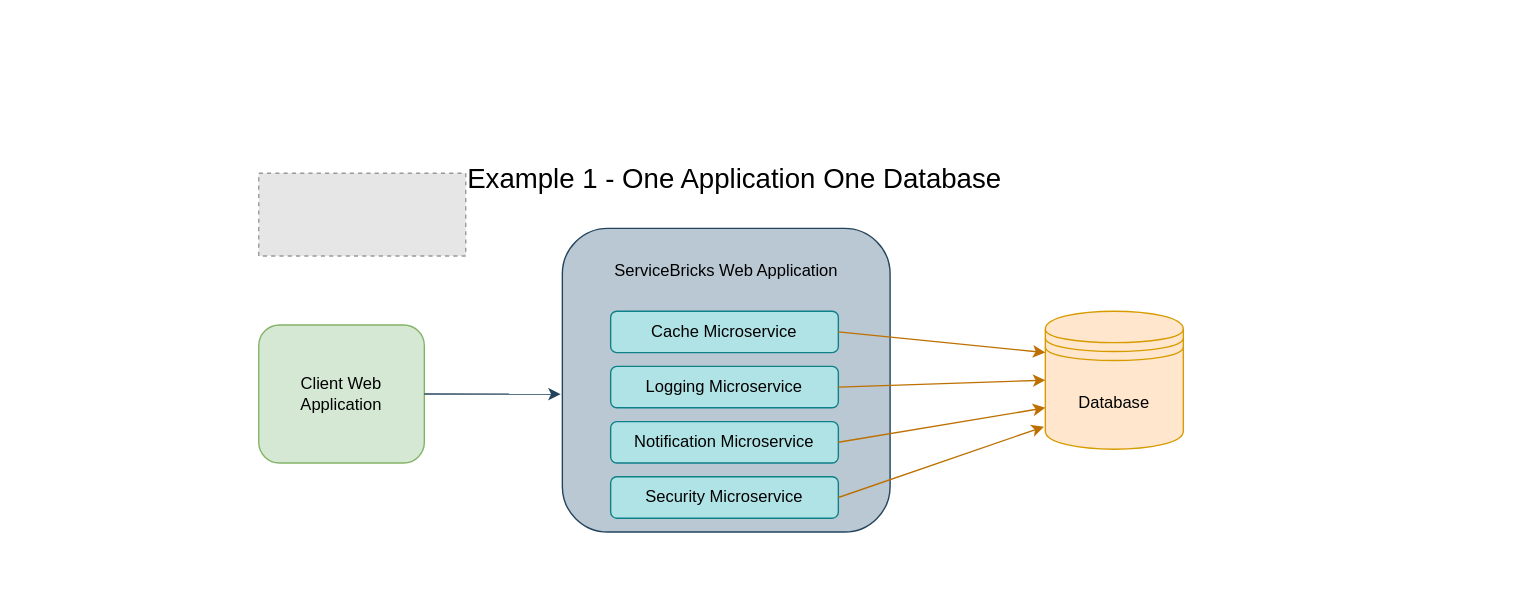
Above: page "ModularMonolithSingle" (1 of 5) of Examples.drawio in holomodular/ServiceBricks-Examples (draw.io), before the change. Source tidied: cells renumbered, new cells numbered last; positions are measured from the earlier drawing's top-left corner, leaving out a move shared by most shapes. Both pictures are drawn from the tidied source at 138%, with x=0, y=0 at pixel (258, 145). Pictures stored in the file or linked from it are replaced by grey dashed boxes.
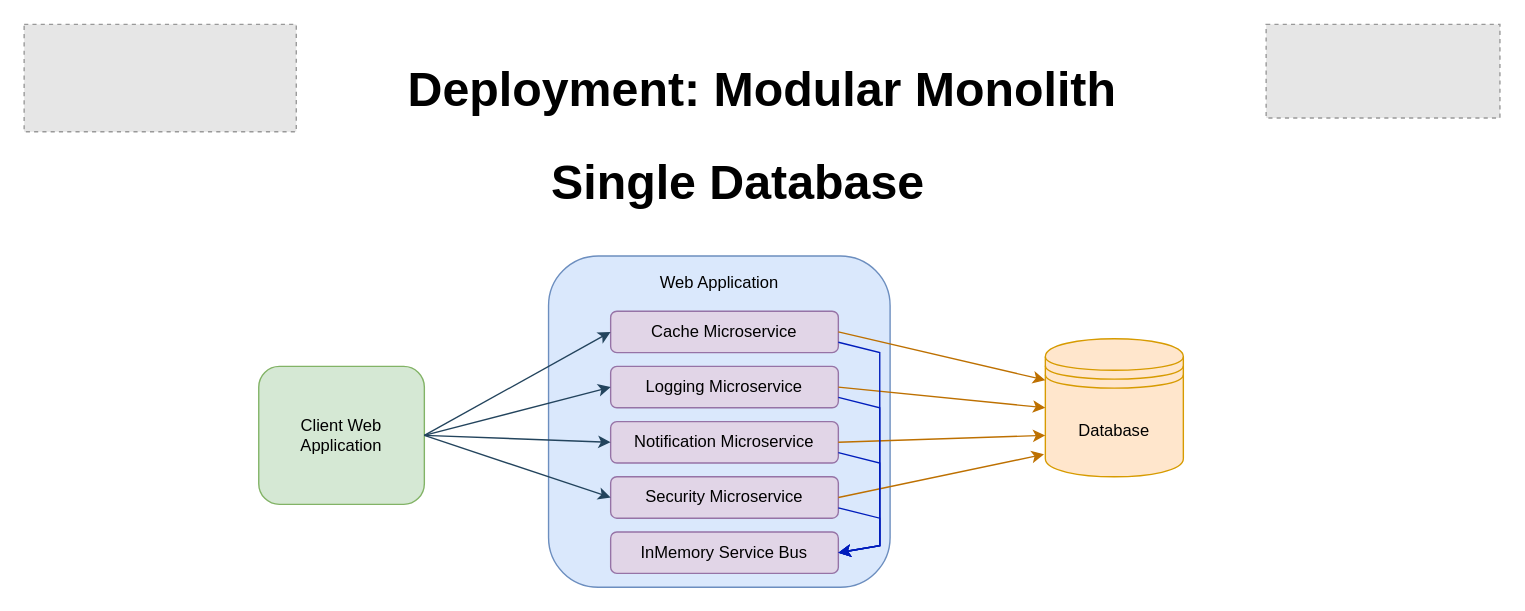
The same page after the edit.

The edit, as a diff of the source:
```diff
@@
-    <mxCell id="2" value="Example 1 -&amp;nbsp;&lt;span style=&quot;background-color: initial;&quot;&gt;One Application&amp;nbsp;&lt;/span&gt;&lt;span style=&quot;background-color: initial;&quot;&gt;One Database&lt;/span&gt;" style="text;html=1;align=center;verticalAlign=middle;whiteSpace=wrap;rounded=0;fontSize=20;" parent="1" vertex="1">
-      <mxGeometry x="120" width="450" height="45" as="geometry" />
-    </mxCell>
     <mxCell id="3" value="Client Web Application" style="rounded=1;whiteSpace=wrap;html=1;fillColor=#d5e8d4;strokeColor=#82b366;" parent="1" vertex="1">
-      <mxGeometry y="130" width="120" height="100" as="geometry" />
+      <mxGeometry y="160" width="120" height="100" as="geometry" />
     </mxCell>
-    <mxCell id="4" value="ServiceBricks Web Application&lt;div&gt;&lt;br&gt;&lt;/div&gt;&lt;div&gt;&lt;br&gt;&lt;/div&gt;&lt;div&gt;&lt;br&gt;&lt;/div&gt;&lt;div&gt;&lt;br&gt;&lt;/div&gt;&lt;div&gt;&lt;br&gt;&lt;/div&gt;&lt;div&gt;&lt;br&gt;&lt;/div&gt;&lt;div&gt;&lt;br&gt;&lt;/div&gt;&lt;div&gt;&lt;br&gt;&lt;/div&gt;&lt;div&gt;&lt;br&gt;&lt;/div&gt;&lt;div&gt;&lt;br&gt;&lt;/div&gt;&lt;div&gt;&lt;br&gt;&lt;/div&gt;" style="rounded=1;whiteSpace=wrap;html=1;fillColor=#bac8d3;strokeColor=#23445d;" parent="1" vertex="1">
-      <mxGeometry x="220" y="60" width="237.5" height="220" as="geometry" />
+    <mxCell id="4" value="Web Application&lt;div&gt;&lt;br&gt;&lt;/div&gt;&lt;div&gt;&lt;br&gt;&lt;/div&gt;&lt;div&gt;&lt;br&gt;&lt;/div&gt;&lt;div&gt;&lt;br&gt;&lt;/div&gt;&lt;div&gt;&lt;br&gt;&lt;/div&gt;&lt;div&gt;&lt;br&gt;&lt;/div&gt;&lt;div&gt;&lt;br&gt;&lt;/div&gt;&lt;div&gt;&lt;br&gt;&lt;/div&gt;&lt;div&gt;&lt;br&gt;&lt;/div&gt;&lt;div&gt;&lt;br&gt;&lt;/div&gt;&lt;div&gt;&lt;br&gt;&lt;/div&gt;&lt;div&gt;&lt;br&gt;&lt;/div&gt;&lt;div&gt;&lt;br&gt;&lt;/div&gt;&lt;div&gt;&lt;br&gt;&lt;/div&gt;" style="rounded=1;whiteSpace=wrap;html=1;fillColor=#dae8fc;strokeColor=#6c8ebf;" parent="1" vertex="1">
+      <mxGeometry x="210" y="80" width="247.5" height="240" as="geometry" />
     </mxCell>
     <mxCell id="5" value="Database" style="shape=datastore;whiteSpace=wrap;html=1;fillColor=#ffe6cc;strokeColor=#d79b00;" parent="1" vertex="1">
-      <mxGeometry x="570" y="120" width="100" height="100" as="geometry" />
+      <mxGeometry x="570" y="140" width="100" height="100" as="geometry" />
     </mxCell>
-    <mxCell id="6" value="Cache Microservice" style="rounded=1;whiteSpace=wrap;html=1;fillColor=#b0e3e6;strokeColor=#0e8088;" parent="1" vertex="1">
+    <mxCell id="6" value="Cache Microservice" style="rounded=1;whiteSpace=wrap;html=1;fillColor=#e1d5e7;strokeColor=#9673a6;" parent="1" vertex="1">
       <mxGeometry x="255" y="120" width="165" height="30" as="geometry" />
     </mxCell>
-    <mxCell id="7" value="Logging Microservice" style="rounded=1;whiteSpace=wrap;html=1;fillColor=#b0e3e6;strokeColor=#0e8088;" parent="1" vertex="1">
+    <mxCell id="7" value="Logging Microservice" style="rounded=1;whiteSpace=wrap;html=1;fillColor=#e1d5e7;strokeColor=#9673a6;" parent="1" vertex="1">
       <mxGeometry x="255" y="160" width="165" height="30" as="geometry" />
     </mxCell>
-    <mxCell id="8" value="Notification Microservice" style="rounded=1;whiteSpace=wrap;html=1;fillColor=#b0e3e6;strokeColor=#0e8088;" parent="1" vertex="1">
+    <mxCell id="8" value="Notification Microservice" style="rounded=1;whiteSpace=wrap;html=1;fillColor=#e1d5e7;strokeColor=#9673a6;" parent="1" vertex="1">
       <mxGeometry x="255" y="200" width="165" height="30" as="geometry" />
     </mxCell>
-    <mxCell id="9" value="Security Microservice" style="rounded=1;whiteSpace=wrap;html=1;fillColor=#b0e3e6;strokeColor=#0e8088;" parent="1" vertex="1">
+    <mxCell id="9" value="Security Microservice" style="rounded=1;whiteSpace=wrap;html=1;fillColor=#e1d5e7;strokeColor=#9673a6;" parent="1" vertex="1">
       <mxGeometry x="255" y="240" width="165" height="30" as="geometry" />
     </mxCell>
-    <mxCell id="10" style="endArrow=classic;html=1;rounded=0;exitX=1;exitY=0.5;exitDx=0;exitDy=0;entryX=-0.005;entryY=0.546;entryDx=0;entryDy=0;entryPerimeter=0;fillColor=#bac8d3;strokeColor=#23445d;" parent="1" edge="1" source="3" target="4">
+    <mxCell id="10" style="endArrow=classic;html=1;rounded=0;exitX=1;exitY=0.5;exitDx=0;exitDy=0;entryX=0;entryY=0.5;entryDx=0;entryDy=0;fillColor=#bac8d3;strokeColor=#23445d;" parent="1" edge="1" source="3" target="6">
       <mxGeometry relative="1" as="geometry" />
     </mxCell>
@@
-    <mxCell id="15" style="fillColor=#E6E6E6;strokeColor=#999999;dashed=1;verticalLabelPosition=bottom;labelBackgroundColor=default;verticalAlign=top;" parent="1" vertex="1">
-      <mxGeometry y="20" width="150" height="60" as="geometry" />
-    </mxCell>
+    <mxCell id="16" style="fillColor=#E6E6E6;strokeColor=#999999;dashed=1;verticalLabelPosition=bottom;labelBackgroundColor=default;verticalAlign=top;" parent="1" vertex="1">
+      <mxGeometry x="730" y="-87.8" width="169.4" height="67.8" as="geometry" />
+    </mxCell>
+    <mxCell id="17" style="fillColor=#E6E6E6;strokeColor=#999999;dashed=1;verticalLabelPosition=bottom;labelBackgroundColor=default;verticalAlign=top;" parent="1" vertex="1">
+      <mxGeometry x="-170" y="-87.8" width="197.2" height="77.8" as="geometry" />
+    </mxCell>
+    <mxCell id="18" value="Deployment:&amp;nbsp;&lt;span style=&quot;background-color: initial;&quot;&gt;Modular Monolith&lt;/span&gt;" style="text;html=1;align=center;verticalAlign=middle;whiteSpace=wrap;rounded=0;fontStyle=1;fontSize=35;" parent="1" vertex="1">
+      <mxGeometry x="80" y="-87.8" width="570" height="93.9" as="geometry" />
+    </mxCell>
+    <mxCell id="19" value="Single Database" style="text;html=1;align=center;verticalAlign=middle;whiteSpace=wrap;rounded=0;fontStyle=1;fontSize=35;" parent="1" vertex="1">
+      <mxGeometry x="80" y="6.1" width="535" height="40" as="geometry" />
+    </mxCell>
+    <mxCell id="20" value="InMemory Service Bus" style="rounded=1;whiteSpace=wrap;html=1;fillColor=#e1d5e7;strokeColor=#9673a6;" parent="1" vertex="1">
+      <mxGeometry x="255" y="280" width="165" height="30" as="geometry" />
+    </mxCell>
+    <mxCell id="21" style="endArrow=classic;html=1;rounded=0;exitX=1;exitY=0.5;exitDx=0;exitDy=0;entryX=0;entryY=0.5;entryDx=0;entryDy=0;fillColor=#bac8d3;strokeColor=#23445d;" parent="1" edge="1" source="3" target="7">
+      <mxGeometry relative="1" as="geometry" />
+    </mxCell>
+    <mxCell id="22" style="endArrow=classic;html=1;rounded=0;exitX=1;exitY=0.5;exitDx=0;exitDy=0;entryX=0;entryY=0.5;entryDx=0;entryDy=0;fillColor=#bac8d3;strokeColor=#23445d;" parent="1" edge="1" source="3" target="8">
+      <mxGeometry relative="1" as="geometry" />
+    </mxCell>
+    <mxCell id="23" style="endArrow=classic;html=1;rounded=0;exitX=1;exitY=0.5;exitDx=0;exitDy=0;entryX=0;entryY=0.5;entryDx=0;entryDy=0;fillColor=#bac8d3;strokeColor=#23445d;" parent="1" edge="1" source="3" target="9">
+      <mxGeometry relative="1" as="geometry" />
+    </mxCell>
+    <mxCell id="24" style="endArrow=classic;html=1;rounded=0;entryX=1;entryY=0.5;entryDx=0;entryDy=0;fillColor=#0050ef;strokeColor=#001DBC;exitX=1;exitY=0.75;exitDx=0;exitDy=0;" parent="1" edge="1" source="6" target="20">
+      <mxGeometry relative="1" as="geometry">
+        <Array as="points">
+          <mxPoint x="450" y="150" />
+          <mxPoint x="450" y="290" />
+        </Array>
+      </mxGeometry>
+    </mxCell>
+    <mxCell id="25" style="endArrow=classic;html=1;rounded=0;entryX=1;entryY=0.5;entryDx=0;entryDy=0;fillColor=#0050ef;strokeColor=#001DBC;exitX=1;exitY=0.75;exitDx=0;exitDy=0;" parent="1" edge="1" source="7" target="20">
+      <mxGeometry relative="1" as="geometry">
+        <Array as="points">
+          <mxPoint x="450" y="190" />
+          <mxPoint x="450" y="290" />
+        </Array>
+      </mxGeometry>
+    </mxCell>
+    <mxCell id="26" style="endArrow=classic;html=1;rounded=0;entryX=1;entryY=0.5;entryDx=0;entryDy=0;fillColor=#0050ef;strokeColor=#001DBC;exitX=1;exitY=0.75;exitDx=0;exitDy=0;" parent="1" edge="1" source="8" target="20">
+      <mxGeometry relative="1" as="geometry">
+        <Array as="points">
+          <mxPoint x="450" y="230" />
+          <mxPoint x="450" y="290" />
+        </Array>
+      </mxGeometry>
+    </mxCell>
+    <mxCell id="27" style="endArrow=classic;html=1;rounded=0;entryX=1;entryY=0.5;entryDx=0;entryDy=0;fillColor=#0050ef;strokeColor=#001DBC;exitX=1;exitY=0.75;exitDx=0;exitDy=0;" parent="1" edge="1" source="9" target="20">
+      <mxGeometry relative="1" as="geometry">
+        <Array as="points">
+          <mxPoint x="450" y="270" />
+          <mxPoint x="450" y="290" />
+        </Array>
+      </mxGeometry>
+    </mxCell>
```
